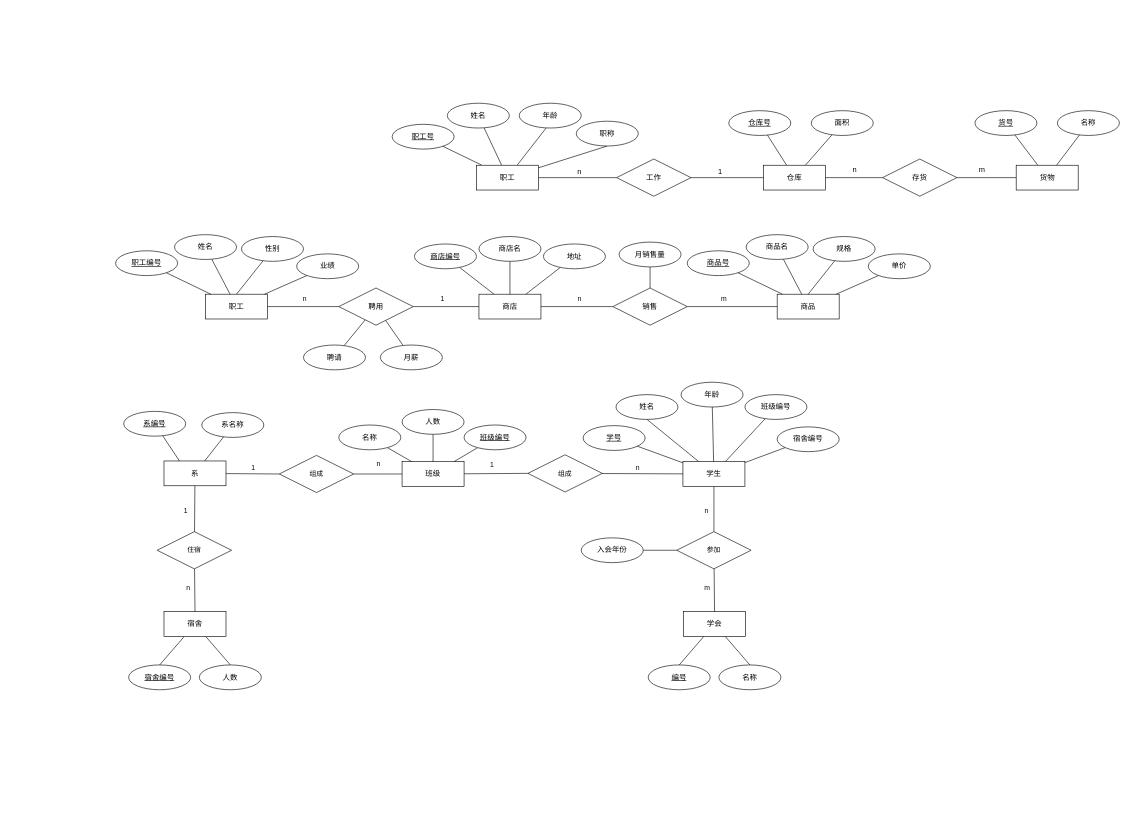
Earlier version of the draw.io diagram 数据原理.drawio (Wishlove09/drawio). Source tidied: cells renumbered, new cells numbered last; positions are measured from the earlier drawing's top-left corner, leaving out a move shared by most shapes. Both pictures are drawn from the tidied source at 62%, with x=0, y=0 at pixel (115, 103).
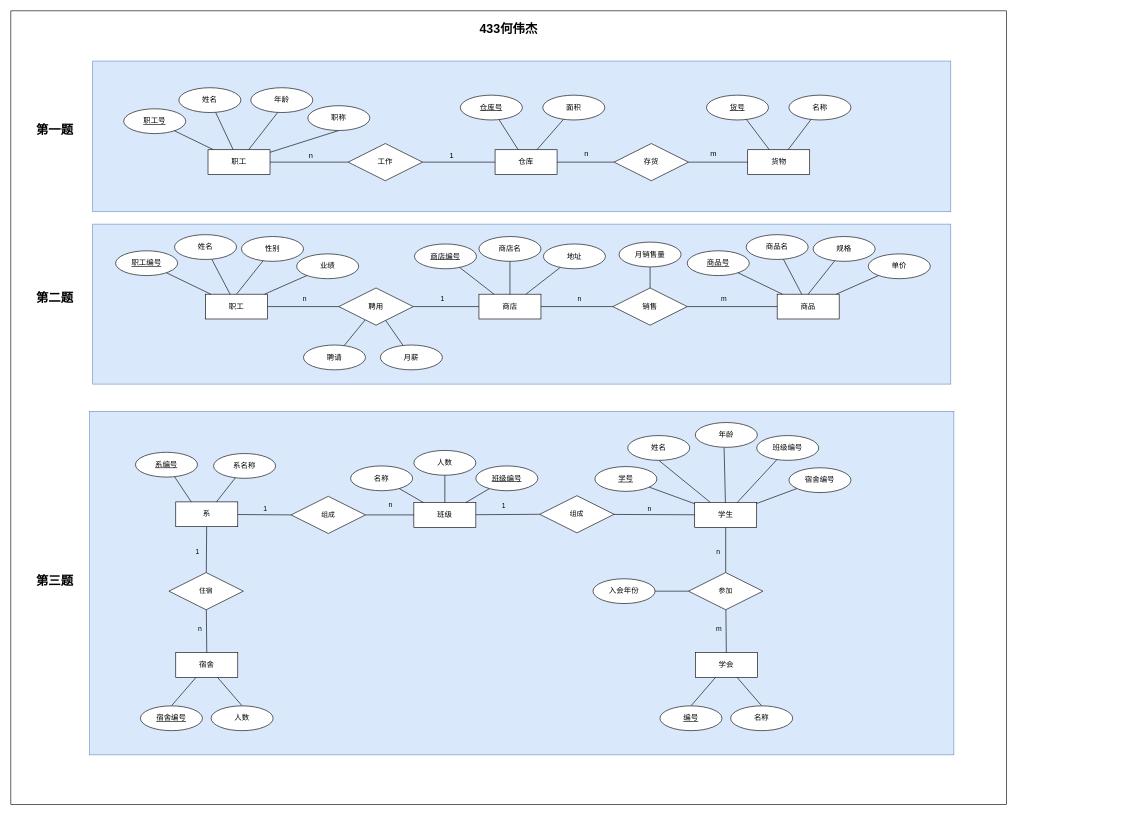
After the change.

Commit message:
更新数据原理.drawio

What changed in the source:
```diff
@@
+    <mxCell id="129" style="rounded=0;whiteSpace=wrap;html=1;" parent="1" vertex="1">
+      <mxGeometry x="-169" y="-149" width="1606" height="1280" as="geometry" />
+    </mxCell>
+    <mxCell id="130" style="rounded=0;whiteSpace=wrap;html=1;fillColor=#dae8fc;strokeColor=#6c8ebf;" parent="1" vertex="1">
+      <mxGeometry x="-42" y="497" width="1394" height="554" as="geometry" />
+    </mxCell>
+    <mxCell id="131" style="rounded=0;whiteSpace=wrap;html=1;fillColor=#dae8fc;strokeColor=#6c8ebf;" parent="1" vertex="1">
+      <mxGeometry x="-37" y="195" width="1384" height="258" as="geometry" />
+    </mxCell>
+    <mxCell id="132" style="rounded=0;whiteSpace=wrap;html=1;fillColor=#dae8fc;strokeColor=#6c8ebf;" parent="1" vertex="1">
+      <mxGeometry x="-37" y="-68" width="1384" height="243" as="geometry" />
+    </mxCell>
     <mxCell id="2" value="仓库号" style="ellipse;whiteSpace=wrap;html=1;align=center;fontStyle=4;" parent="1" vertex="1">
-      <mxGeometry x="989" y="12" width="100" height="40" as="geometry" />
+      <mxGeometry x="556" y="-13" width="100" height="40" as="geometry" />
     </mxCell>
@@
     <mxCell id="6" value="仓库" style="whiteSpace=wrap;html=1;align=center;" parent="1" vertex="1">
-      <mxGeometry x="1045" y="100" width="100" height="40" as="geometry" />
+      <mxGeometry x="612" y="75" width="100" height="40" as="geometry" />
     </mxCell>
     <mxCell id="7" value="面积" style="ellipse;whiteSpace=wrap;html=1;align=center;" parent="1" vertex="1">
-      <mxGeometry x="1122" y="12" width="100" height="40" as="geometry" />
+      <mxGeometry x="689" y="-13" width="100" height="40" as="geometry" />
     </mxCell>
     <mxCell id="8" value="货号" style="ellipse;whiteSpace=wrap;html=1;align=center;fontStyle=4;" parent="1" vertex="1">
-      <mxGeometry x="1386" y="12" width="100" height="40" as="geometry" />
+      <mxGeometry x="953" y="-13" width="100" height="40" as="geometry" />
     </mxCell>
@@
     <mxCell id="11" value="货物" style="whiteSpace=wrap;html=1;align=center;" parent="1" vertex="1">
-      <mxGeometry x="1452.5" y="100" width="100" height="40" as="geometry" />
+      <mxGeometry x="1019.5" y="75" width="100" height="40" as="geometry" />
     </mxCell>
     <mxCell id="12" value="名称" style="ellipse;whiteSpace=wrap;html=1;align=center;" parent="1" vertex="1">
-      <mxGeometry x="1519" y="12" width="100" height="40" as="geometry" />
+      <mxGeometry x="1086" y="-13" width="100" height="40" as="geometry" />
     </mxCell>
@@
     <mxCell id="14" value="存货" style="shape=rhombus;perimeter=rhombusPerimeter;whiteSpace=wrap;html=1;align=center;" parent="1" vertex="1">
-      <mxGeometry x="1237" y="90" width="120" height="60" as="geometry" />
+      <mxGeometry x="804" y="65" width="120" height="60" as="geometry" />
     </mxCell>
@@
     <mxCell id="16" value="工作" style="shape=rhombus;perimeter=rhombusPerimeter;whiteSpace=wrap;html=1;align=center;" parent="1" vertex="1">
-      <mxGeometry x="808" y="90" width="120" height="60" as="geometry" />
+      <mxGeometry x="375" y="65" width="120" height="60" as="geometry" />
     </mxCell>
     <mxCell id="17" value="职工号" style="ellipse;whiteSpace=wrap;html=1;align=center;fontStyle=4;" parent="1" vertex="1">
-      <mxGeometry x="446" y="34" width="100" height="40" as="geometry" />
+      <mxGeometry x="13" y="9" width="100" height="40" as="geometry" />
     </mxCell>
@@
     <mxCell id="23" value="职工" style="whiteSpace=wrap;html=1;align=center;" parent="1" vertex="1">
-      <mxGeometry x="582" y="100" width="100" height="40" as="geometry" />
+      <mxGeometry x="149" y="75" width="100" height="40" as="geometry" />
     </mxCell>
     <mxCell id="24" value="姓名" style="ellipse;whiteSpace=wrap;html=1;align=center;" parent="1" vertex="1">
-      <mxGeometry x="535" width="100" height="40" as="geometry" />
+      <mxGeometry x="102" y="-25" width="100" height="40" as="geometry" />
     </mxCell>
     <mxCell id="25" value="年龄" style="ellipse;whiteSpace=wrap;html=1;align=center;" parent="1" vertex="1">
-      <mxGeometry x="651" width="100" height="40" as="geometry" />
+      <mxGeometry x="218" y="-25" width="100" height="40" as="geometry" />
     </mxCell>
     <mxCell id="26" value="职称" style="ellipse;whiteSpace=wrap;html=1;align=center;" parent="1" vertex="1">
-      <mxGeometry x="743" y="29" width="100" height="40" as="geometry" />
+      <mxGeometry x="310" y="4" width="100" height="40" as="geometry" />
     </mxCell>
     <mxCell id="27" value="1" style="text;html=1;align=center;verticalAlign=middle;strokeColor=none;fillColor=none;" parent="1" vertex="1">
-      <mxGeometry x="962" y="97" width="25" height="26" as="geometry" />
+      <mxGeometry x="529" y="72" width="25" height="26" as="geometry" />
     </mxCell>
     <mxCell id="28" value="n" style="text;html=1;align=center;verticalAlign=middle;strokeColor=none;fillColor=none;" parent="1" vertex="1">
-      <mxGeometry x="735" y="97" width="25" height="26" as="geometry" />
+      <mxGeometry x="302" y="72" width="25" height="26" as="geometry" />
     </mxCell>
     <mxCell id="29" value="n" style="text;html=1;align=center;verticalAlign=middle;strokeColor=none;fillColor=none;" parent="1" vertex="1">
-      <mxGeometry x="1179" y="94" width="25" height="26" as="geometry" />
+      <mxGeometry x="746" y="69" width="25" height="26" as="geometry" />
     </mxCell>
     <mxCell id="30" value="m" style="text;html=1;align=center;verticalAlign=middle;strokeColor=none;fillColor=none;" parent="1" vertex="1">
-      <mxGeometry x="1383" y="94" width="28" height="26" as="geometry" />
+      <mxGeometry x="950" y="69" width="28" height="26" as="geometry" />
     </mxCell>
@@
     <mxCell id="74" value="系" style="whiteSpace=wrap;html=1;align=center;" parent="1" vertex="1">
-      <mxGeometry x="78" y="577" width="100" height="40" as="geometry" />
+      <mxGeometry x="97" y="643" width="100" height="40" as="geometry" />
     </mxCell>
@@
     <mxCell id="77" value="学生" style="whiteSpace=wrap;html=1;align=center;" parent="1" vertex="1">
-      <mxGeometry x="915" y="578" width="100" height="40" as="geometry" />
+      <mxGeometry x="934" y="644" width="100" height="40" as="geometry" />
     </mxCell>
@@
     <mxCell id="79" value="班级" style="whiteSpace=wrap;html=1;align=center;" parent="1" vertex="1">
-      <mxGeometry x="462" y="578" width="100" height="40" as="geometry" />
+      <mxGeometry x="481" y="644" width="100" height="40" as="geometry" />
     </mxCell>
@@
     <mxCell id="82" value="学会" style="whiteSpace=wrap;html=1;align=center;" parent="1" vertex="1">
-      <mxGeometry x="916" y="820" width="100" height="40" as="geometry" />
+      <mxGeometry x="935" y="886" width="100" height="40" as="geometry" />
     </mxCell>
@@
     <mxCell id="84" value="系编号" style="ellipse;whiteSpace=wrap;html=1;align=center;fontStyle=4;" parent="1" vertex="1">
-      <mxGeometry x="13" y="497" width="100" height="40" as="geometry" />
+      <mxGeometry x="32" y="563" width="100" height="40" as="geometry" />
     </mxCell>
@@
     <mxCell id="86" value="系名称" style="ellipse;whiteSpace=wrap;html=1;align=center;" parent="1" vertex="1">
-      <mxGeometry x="139" y="499" width="100" height="40" as="geometry" />
+      <mxGeometry x="158" y="565" width="100" height="40" as="geometry" />
     </mxCell>
@@
     <mxCell id="88" value="组成" style="shape=rhombus;perimeter=rhombusPerimeter;whiteSpace=wrap;html=1;align=center;fontFamily=Helvetica;fontSize=11;fontColor=default;" parent="1" vertex="1">
-      <mxGeometry x="264" y="568" width="120" height="60" as="geometry" />
+      <mxGeometry x="283" y="634" width="120" height="60" as="geometry" />
     </mxCell>
@@
     <mxCell id="91" value="组成" style="shape=rhombus;perimeter=rhombusPerimeter;whiteSpace=wrap;html=1;align=center;fontFamily=Helvetica;fontSize=11;fontColor=default;" parent="1" vertex="1">
-      <mxGeometry x="665" y="567" width="120" height="60" as="geometry" />
+      <mxGeometry x="684" y="633" width="120" height="60" as="geometry" />
     </mxCell>
     <mxCell id="92" value="1" style="text;html=1;align=center;verticalAlign=middle;strokeColor=none;fillColor=none;fontSize=11;fontFamily=Helvetica;fontColor=default;" parent="1" vertex="1">
-      <mxGeometry x="209" y="575" width="25" height="26" as="geometry" />
+      <mxGeometry x="228" y="641" width="25" height="26" as="geometry" />
     </mxCell>
     <mxCell id="93" value="n" style="text;html=1;align=center;verticalAlign=middle;strokeColor=none;fillColor=none;fontSize=11;fontFamily=Helvetica;fontColor=default;" parent="1" vertex="1">
-      <mxGeometry x="411" y="568" width="25" height="26" as="geometry" />
+      <mxGeometry x="430" y="634" width="25" height="26" as="geometry" />
     </mxCell>
@@
     <mxCell id="95" value="名称" style="ellipse;whiteSpace=wrap;html=1;align=center;" parent="1" vertex="1">
-      <mxGeometry x="360" y="519" width="100" height="40" as="geometry" />
+      <mxGeometry x="379" y="585" width="100" height="40" as="geometry" />
     </mxCell>
@@
     <mxCell id="97" value="人数" style="ellipse;whiteSpace=wrap;html=1;align=center;" parent="1" vertex="1">
-      <mxGeometry x="462" y="494" width="100" height="40" as="geometry" />
+      <mxGeometry x="481" y="560" width="100" height="40" as="geometry" />
     </mxCell>
@@
     <mxCell id="99" value="班级编号" style="ellipse;whiteSpace=wrap;html=1;align=center;fontStyle=4;" parent="1" vertex="1">
-      <mxGeometry x="562" y="519" width="100" height="40" as="geometry" />
+      <mxGeometry x="581" y="585" width="100" height="40" as="geometry" />
     </mxCell>
@@
     <mxCell id="101" value="1" style="text;html=1;align=center;verticalAlign=middle;strokeColor=none;fillColor=none;fontSize=11;fontFamily=Helvetica;fontColor=default;" parent="1" vertex="1">
-      <mxGeometry x="594" y="570" width="25" height="26" as="geometry" />
+      <mxGeometry x="613" y="636" width="25" height="26" as="geometry" />
     </mxCell>
     <mxCell id="102" value="n" style="text;html=1;align=center;verticalAlign=middle;strokeColor=none;fillColor=none;fontSize=11;fontFamily=Helvetica;fontColor=default;" parent="1" vertex="1">
-      <mxGeometry x="829" y="575" width="25" height="26" as="geometry" />
+      <mxGeometry x="848" y="641" width="25" height="26" as="geometry" />
     </mxCell>
@@
     <mxCell id="104" value="学号" style="ellipse;whiteSpace=wrap;html=1;align=center;fontStyle=4;" parent="1" vertex="1">
-      <mxGeometry x="754" y="520" width="100" height="40" as="geometry" />
+      <mxGeometry x="773" y="586" width="100" height="40" as="geometry" />
     </mxCell>
     <mxCell id="105" value="姓名" style="ellipse;whiteSpace=wrap;html=1;align=center;" parent="1" vertex="1">
-      <mxGeometry x="807" y="470" width="100" height="40" as="geometry" />
+      <mxGeometry x="826" y="536" width="100" height="40" as="geometry" />
     </mxCell>
@@
     <mxCell id="107" value="班级编号" style="ellipse;whiteSpace=wrap;html=1;align=center;" parent="1" vertex="1">
-      <mxGeometry x="1015" y="470" width="100" height="40" as="geometry" />
+      <mxGeometry x="1034" y="536" width="100" height="40" as="geometry" />
     </mxCell>
-    <mxCell id="108" style="edgeStyle=none;shape=connector;rounded=0;jettySize=auto;html=1;labelBackgroundColor=default;strokeColor=default;fontFamily=Helvetica;fontSize=11;fontColor=default;endArrow=none;endFill=0;" parent="1" edge="1" source="109" target="77">
-      <mxGeometry relative="1" as="geometry" />
+    <mxCell id="108" style="edgeStyle=none;shape=connector;rounded=0;jettySize=auto;html=1;labelBackgroundColor=default;strokeColor=default;fontFamily=Helvetica;fontSize=11;fontColor=default;endArrow=none;endFill=0;" parent="1" edge="1" target="77">
+      <mxGeometry relative="1" as="geometry">
+        <mxPoint x="981.4" y="556" as="sourcePoint" />
+      </mxGeometry>
     </mxCell>
     <mxCell id="109" value="年龄" style="ellipse;whiteSpace=wrap;html=1;align=center;" parent="1" vertex="1">
-      <mxGeometry x="912" y="450" width="100" height="40" as="geometry" />
+      <mxGeometry x="935" y="515" width="100" height="40" as="geometry" />
     </mxCell>
@@
     <mxCell id="111" value="宿舍编号" style="ellipse;whiteSpace=wrap;html=1;align=center;" parent="1" vertex="1">
-      <mxGeometry x="1067" y="522" width="100" height="40" as="geometry" />
+      <mxGeometry x="1086" y="588" width="100" height="40" as="geometry" />
     </mxCell>
     <mxCell id="112" value="编号" style="ellipse;whiteSpace=wrap;html=1;align=center;fontStyle=4;" parent="1" vertex="1">
-      <mxGeometry x="859" y="906" width="100" height="40" as="geometry" />
+      <mxGeometry x="878" y="972" width="100" height="40" as="geometry" />
     </mxCell>
     <mxCell id="113" value="名称" style="ellipse;whiteSpace=wrap;html=1;align=center;" parent="1" vertex="1">
-      <mxGeometry x="973" y="906" width="100" height="40" as="geometry" />
+      <mxGeometry x="992" y="972" width="100" height="40" as="geometry" />
     </mxCell>
@@
     <mxCell id="115" value="参加" style="shape=rhombus;perimeter=rhombusPerimeter;whiteSpace=wrap;html=1;align=center;fontFamily=Helvetica;fontSize=11;fontColor=default;" parent="1" vertex="1">
-      <mxGeometry x="905" y="691" width="120" height="60" as="geometry" />
+      <mxGeometry x="924" y="757" width="120" height="60" as="geometry" />
     </mxCell>
     <mxCell id="116" value="n" style="text;html=1;align=center;verticalAlign=middle;strokeColor=none;fillColor=none;fontSize=11;fontFamily=Helvetica;fontColor=default;" parent="1" vertex="1">
-      <mxGeometry x="940" y="645" width="25" height="26" as="geometry" />
+      <mxGeometry x="959" y="711" width="25" height="26" as="geometry" />
     </mxCell>
     <mxCell id="117" value="m" style="text;html=1;align=center;verticalAlign=middle;strokeColor=none;fillColor=none;fontSize=11;fontFamily=Helvetica;fontColor=default;" parent="1" vertex="1">
-      <mxGeometry x="940" y="769" width="28" height="26" as="geometry" />
+      <mxGeometry x="959" y="835" width="28" height="26" as="geometry" />
     </mxCell>
@@
     <mxCell id="120" value="宿舍" style="whiteSpace=wrap;html=1;align=center;" parent="1" vertex="1">
-      <mxGeometry x="78" y="820" width="100" height="40" as="geometry" />
+      <mxGeometry x="97" y="886" width="100" height="40" as="geometry" />
     </mxCell>
     <mxCell id="121" value="宿舍编号" style="ellipse;whiteSpace=wrap;html=1;align=center;fontStyle=4;" parent="1" vertex="1">
-      <mxGeometry x="21" y="906" width="100" height="40" as="geometry" />
+      <mxGeometry x="40" y="972" width="100" height="40" as="geometry" />
     </mxCell>
     <mxCell id="122" value="人数" style="ellipse;whiteSpace=wrap;html=1;align=center;fontStyle=0;" parent="1" vertex="1">
-      <mxGeometry x="135" y="906" width="100" height="40" as="geometry" />
+      <mxGeometry x="154" y="972" width="100" height="40" as="geometry" />
     </mxCell>
@@
     <mxCell id="124" value="住宿" style="shape=rhombus;perimeter=rhombusPerimeter;whiteSpace=wrap;html=1;align=center;fontFamily=Helvetica;fontSize=11;fontColor=default;" parent="1" vertex="1">
-      <mxGeometry x="67" y="691" width="120" height="60" as="geometry" />
+      <mxGeometry x="86" y="757" width="120" height="60" as="geometry" />
     </mxCell>
     <mxCell id="125" value="n" style="text;html=1;align=center;verticalAlign=middle;strokeColor=none;fillColor=none;fontSize=11;fontFamily=Helvetica;fontColor=default;" parent="1" vertex="1">
-      <mxGeometry x="104" y="769" width="25" height="26" as="geometry" />
+      <mxGeometry x="123" y="835" width="25" height="26" as="geometry" />
     </mxCell>
     <mxCell id="126" value="1" style="text;html=1;align=center;verticalAlign=middle;strokeColor=none;fillColor=none;fontSize=11;fontFamily=Helvetica;fontColor=default;" parent="1" vertex="1">
-      <mxGeometry x="100" y="645" width="25" height="26" as="geometry" />
+      <mxGeometry x="119" y="711" width="25" height="26" as="geometry" />
     </mxCell>
@@
     <mxCell id="128" value="入会年份" style="ellipse;whiteSpace=wrap;html=1;align=center;" parent="1" vertex="1">
-      <mxGeometry x="751" y="701" width="100" height="40" as="geometry" />
+      <mxGeometry x="770" y="767" width="100" height="40" as="geometry" />
     </mxCell>
+    <mxCell id="133" value="&lt;b&gt;&lt;font style=&quot;font-size: 20px;&quot;&gt;第一题&lt;/font&gt;&lt;/b&gt;" style="text;html=1;strokeColor=none;fillColor=none;align=center;verticalAlign=middle;whiteSpace=wrap;rounded=0;" parent="1" vertex="1">
+      <mxGeometry x="-157" y="27" width="118" height="30" as="geometry" />
+    </mxCell>
+    <mxCell id="134" value="&lt;b&gt;&lt;font style=&quot;font-size: 20px;&quot;&gt;第二题&lt;/font&gt;&lt;/b&gt;" style="text;html=1;strokeColor=none;fillColor=none;align=center;verticalAlign=middle;whiteSpace=wrap;rounded=0;" parent="1" vertex="1">
+      <mxGeometry x="-157" y="298" width="118" height="30" as="geometry" />
+    </mxCell>
+    <mxCell id="135" value="&lt;b&gt;&lt;font style=&quot;font-size: 20px;&quot;&gt;第三题&lt;/font&gt;&lt;/b&gt;" style="text;html=1;strokeColor=none;fillColor=none;align=center;verticalAlign=middle;whiteSpace=wrap;rounded=0;" parent="1" vertex="1">
+      <mxGeometry x="-157" y="755" width="118" height="30" as="geometry" />
+    </mxCell>
+    <mxCell id="136" value="&lt;b&gt;&lt;font style=&quot;font-size: 20px;&quot;&gt;433何伟杰&lt;/font&gt;&lt;/b&gt;" style="text;html=1;strokeColor=none;fillColor=none;align=center;verticalAlign=middle;whiteSpace=wrap;rounded=0;" parent="1" vertex="1">
+      <mxGeometry x="575" y="-136" width="118" height="30" as="geometry" />
+    </mxCell>
```
